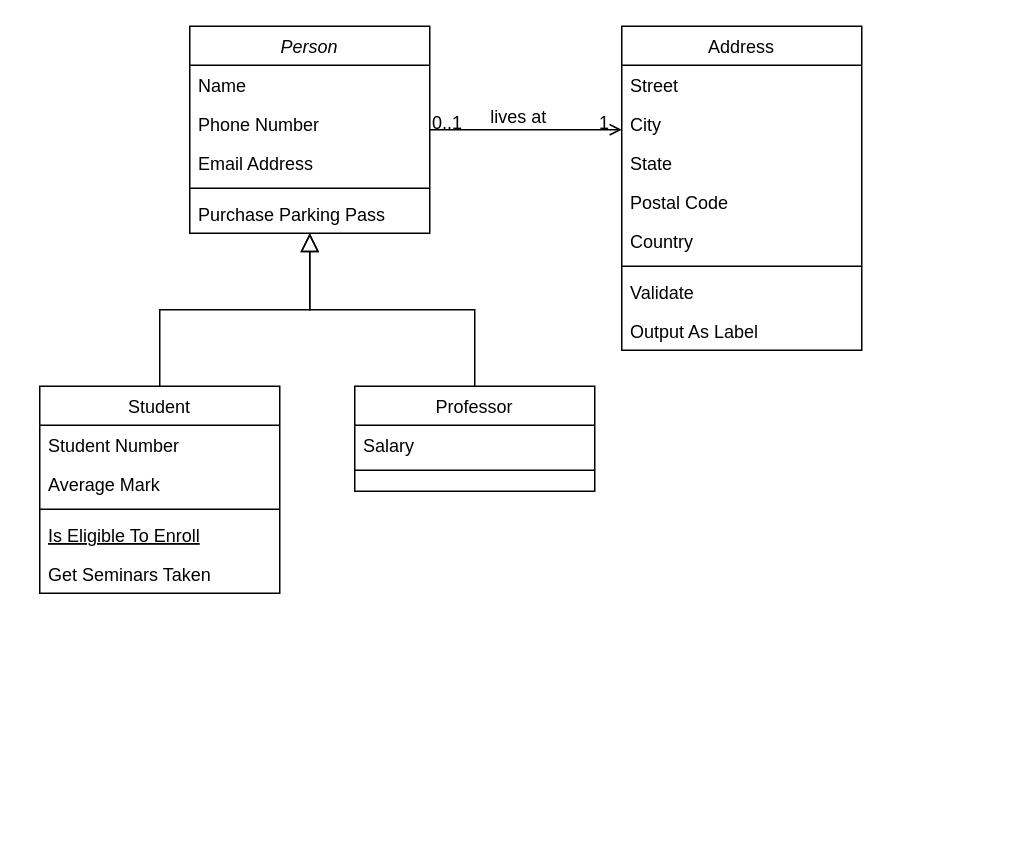
call-me-Neuro/adventure_island keeps this draw.io diagram as Диаграмма без названия.drawio. Above is the earlier version. Source tidied: cells renumbered, new cells numbered last; positions are measured from the earlier drawing's top-left corner, leaving out a move shared by most shapes. Both pictures are drawn from the tidied source at 150%, with x=0, y=0 at pixel (39, 26).
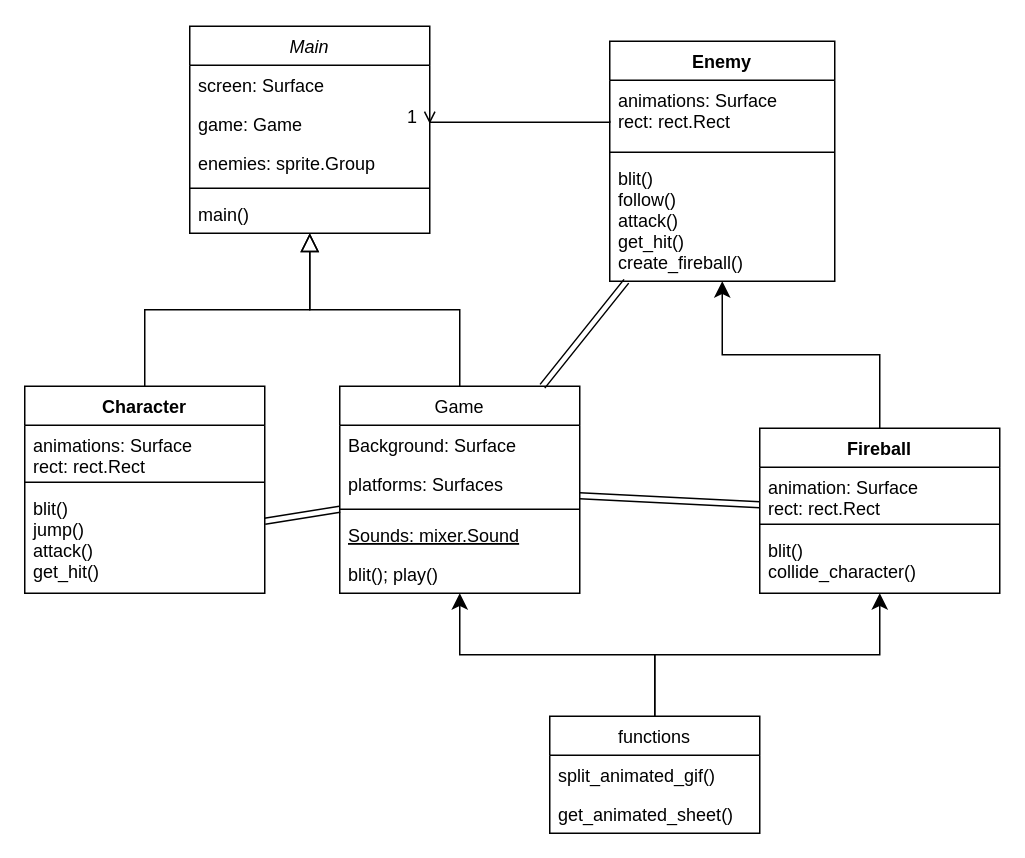
The same diagram, later.

What changed in the source:
```diff
@@
-    <mxCell id="2" value="Person" style="swimlane;fontStyle=2;align=center;verticalAlign=top;horizontal=1;startSize=26;rounded=0;shadow=0;strokeWidth=1;" parent="1" vertex="1">
+    <mxCell id="2" value="Main" style="swimlane;fontStyle=2;align=center;verticalAlign=top;horizontal=1;startSize=26;rounded=0;shadow=0;strokeWidth=1;" parent="1" vertex="1">
       <mxGeometry x="100" width="160" height="138" as="geometry" />
     </mxCell>
-    <mxCell id="3" value="Name" style="text;align=left;verticalAlign=top;spacingLeft=4;spacingRight=4;overflow=hidden;" parent="2" vertex="1">
+    <mxCell id="3" value="screen: Surface" style="text;align=left;verticalAlign=top;spacingLeft=4;spacingRight=4;overflow=hidden;" parent="2" vertex="1">
       <mxGeometry y="26" width="160" height="26" as="geometry" />
     </mxCell>
-    <mxCell id="4" value="Phone Number" style="text;align=left;verticalAlign=top;spacingLeft=4;spacingRight=4;overflow=hidden;points=[[0,0.5],[1,0.5]];portConstraint=eastwest;rounded=0;shadow=0;html=0;" parent="2" vertex="1">
+    <mxCell id="4" value="game: Game" style="text;align=left;verticalAlign=top;spacingLeft=4;spacingRight=4;overflow=hidden;points=[[0,0.5],[1,0.5]];portConstraint=eastwest;rounded=0;shadow=0;html=0;" parent="2" vertex="1">
       <mxGeometry y="52" width="160" height="26" as="geometry" />
     </mxCell>
-    <mxCell id="5" value="Email Address" style="text;align=left;verticalAlign=top;spacingLeft=4;spacingRight=4;overflow=hidden;rounded=0;shadow=0;html=0;" parent="2" vertex="1">
+    <mxCell id="5" value="enemies: sprite.Group" style="text;align=left;verticalAlign=top;spacingLeft=4;spacingRight=4;overflow=hidden;rounded=0;shadow=0;html=0;" parent="2" vertex="1">
       <mxGeometry y="78" width="160" height="26" as="geometry" />
     </mxCell>
@@
-    <mxCell id="7" value="Purchase Parking Pass" style="text;align=left;verticalAlign=top;spacingLeft=4;spacingRight=4;overflow=hidden;" parent="2" vertex="1">
+    <mxCell id="7" value="main()" style="text;align=left;verticalAlign=top;spacingLeft=4;spacingRight=4;overflow=hidden;" parent="2" vertex="1">
       <mxGeometry y="112" width="160" height="26" as="geometry" />
     </mxCell>
-    <mxCell id="8" value="Student" style="swimlane;fontStyle=0;align=center;verticalAlign=top;horizontal=1;startSize=26;rounded=0;shadow=0;strokeWidth=1;" parent="1" vertex="1">
-      <mxGeometry y="240" width="160" height="138" as="geometry" />
+    <mxCell id="8" value="Game" style="swimlane;fontStyle=0;align=center;verticalAlign=top;horizontal=1;startSize=26;rounded=0;shadow=0;strokeWidth=1;" parent="1" vertex="1">
+      <mxGeometry x="200" y="240" width="160" height="138" as="geometry" />
     </mxCell>
-    <mxCell id="9" value="Student Number" style="text;align=left;verticalAlign=top;spacingLeft=4;spacingRight=4;overflow=hidden;" parent="8" vertex="1">
+    <mxCell id="9" value="Background: Surface" style="text;align=left;verticalAlign=top;spacingLeft=4;spacingRight=4;overflow=hidden;" parent="8" vertex="1">
       <mxGeometry y="26" width="160" height="26" as="geometry" />
     </mxCell>
-    <mxCell id="10" value="Average Mark" style="text;align=left;verticalAlign=top;spacingLeft=4;spacingRight=4;overflow=hidden;rounded=0;shadow=0;html=0;" parent="8" vertex="1">
+    <mxCell id="10" value="platforms: Surfaces" style="text;align=left;verticalAlign=top;spacingLeft=4;spacingRight=4;overflow=hidden;rounded=0;shadow=0;html=0;" parent="8" vertex="1">
       <mxGeometry y="52" width="160" height="26" as="geometry" />
     </mxCell>
@@
-    <mxCell id="12" value="Is Eligible To Enroll" style="text;align=left;verticalAlign=top;spacingLeft=4;spacingRight=4;overflow=hidden;fontStyle=4;" parent="8" vertex="1">
+    <mxCell id="12" value="Sounds: mixer.Sound" style="text;align=left;verticalAlign=top;spacingLeft=4;spacingRight=4;overflow=hidden;fontStyle=4;" parent="8" vertex="1">
       <mxGeometry y="86" width="160" height="26" as="geometry" />
     </mxCell>
-    <mxCell id="13" value="Get Seminars Taken" style="text;align=left;verticalAlign=top;spacingLeft=4;spacingRight=4;overflow=hidden;points=[[0,0.5],[1,0.5]];portConstraint=eastwest;" parent="8" vertex="1">
+    <mxCell id="13" value="blit(); play()" style="text;align=left;verticalAlign=top;spacingLeft=4;spacingRight=4;overflow=hidden;points=[[0,0.5],[1,0.5]];portConstraint=eastwest;" parent="8" vertex="1">
       <mxGeometry y="112" width="160" height="26" as="geometry" />
     </mxCell>
@@
-    <mxCell id="15" value="Professor" style="swimlane;fontStyle=0;align=center;verticalAlign=top;horizontal=1;startSize=26;rounded=0;shadow=0;strokeWidth=1;" parent="1" vertex="1">
-      <mxGeometry x="210" y="240" width="160" height="70" as="geometry" />
-    </mxCell>
-    <mxCell id="16" value="Salary" style="text;align=left;verticalAlign=top;spacingLeft=4;spacingRight=4;overflow=hidden;" parent="15" vertex="1">
-      <mxGeometry y="26" width="160" height="26" as="geometry" />
-    </mxCell>
-    <mxCell id="17" style="line;html=1;strokeWidth=1;align=left;verticalAlign=middle;spacingTop=-1;spacingLeft=3;spacingRight=3;labelPosition=right;" parent="15" vertex="1">
-      <mxGeometry y="52" width="160" height="8" as="geometry" />
-    </mxCell>
-    <mxCell id="18" style="endArrow=block;endSize=10;endFill=0;shadow=0;strokeWidth=1;rounded=0;edgeStyle=elbowEdgeStyle;elbow=vertical;" parent="1" edge="1" source="15" target="2">
+    <mxCell id="18" style="endArrow=block;endSize=10;endFill=0;shadow=0;strokeWidth=1;rounded=0;edgeStyle=elbowEdgeStyle;elbow=vertical;exitX=0.5;exitY=0;exitDx=0;exitDy=0;" parent="1" edge="1" source="32" target="2">
       <mxGeometry relative="1" as="geometry" />
     </mxCell>
-    <mxCell id="19" value="Address" style="swimlane;fontStyle=0;align=center;verticalAlign=top;horizontal=1;startSize=26;rounded=0;shadow=0;strokeWidth=1;" parent="1" vertex="1">
-      <mxGeometry x="388" width="160" height="216" as="geometry" />
-    </mxCell>
-    <mxCell id="20" value="Street" style="text;align=left;verticalAlign=top;spacingLeft=4;spacingRight=4;overflow=hidden;" parent="19" vertex="1">
-      <mxGeometry y="26" width="160" height="26" as="geometry" />
-    </mxCell>
-    <mxCell id="21" value="City" style="text;align=left;verticalAlign=top;spacingLeft=4;spacingRight=4;overflow=hidden;rounded=0;shadow=0;html=0;" parent="19" vertex="1">
-      <mxGeometry y="52" width="160" height="26" as="geometry" />
-    </mxCell>
-    <mxCell id="22" value="State" style="text;align=left;verticalAlign=top;spacingLeft=4;spacingRight=4;overflow=hidden;rounded=0;shadow=0;html=0;" parent="19" vertex="1">
-      <mxGeometry y="78" width="160" height="26" as="geometry" />
-    </mxCell>
-    <mxCell id="23" value="Postal Code" style="text;align=left;verticalAlign=top;spacingLeft=4;spacingRight=4;overflow=hidden;rounded=0;shadow=0;html=0;" parent="19" vertex="1">
-      <mxGeometry y="104" width="160" height="26" as="geometry" />
-    </mxCell>
-    <mxCell id="24" value="Country" style="text;align=left;verticalAlign=top;spacingLeft=4;spacingRight=4;overflow=hidden;rounded=0;shadow=0;html=0;" parent="19" vertex="1">
-      <mxGeometry y="130" width="160" height="26" as="geometry" />
-    </mxCell>
-    <mxCell id="25" style="line;html=1;strokeWidth=1;align=left;verticalAlign=middle;spacingTop=-1;spacingLeft=3;spacingRight=3;labelPosition=right;" parent="19" vertex="1">
-      <mxGeometry y="156" width="160" height="8" as="geometry" />
-    </mxCell>
-    <mxCell id="26" value="Validate" style="text;align=left;verticalAlign=top;spacingLeft=4;spacingRight=4;overflow=hidden;" parent="19" vertex="1">
-      <mxGeometry y="164" width="160" height="26" as="geometry" />
-    </mxCell>
-    <mxCell id="27" value="Output As Label" style="text;align=left;verticalAlign=top;spacingLeft=4;spacingRight=4;overflow=hidden;" parent="19" vertex="1">
-      <mxGeometry y="190" width="160" height="26" as="geometry" />
-    </mxCell>
-    <mxCell id="28" style="endArrow=open;shadow=0;strokeWidth=1;rounded=0;endFill=1;edgeStyle=elbowEdgeStyle;elbow=vertical;" parent="1" edge="1" source="2" target="19">
+    <mxCell id="28" style="endArrow=open;shadow=0;strokeWidth=1;rounded=0;endFill=1;edgeStyle=elbowEdgeStyle;elbow=vertical;entryX=1;entryY=0.5;entryDx=0;entryDy=0;" parent="1" edge="1" target="4">
       <mxGeometry x="0.5" y="41" relative="1" as="geometry">
+        <mxPoint x="380" y="63" as="sourcePoint" />
         <mxPoint x="-40" y="32" as="offset" />
       </mxGeometry>
     </mxCell>
-    <mxCell id="29" value="0..1" style="align=left;verticalAlign=bottom;labelBackgroundColor=none;fontSize=12;" parent="28" vertex="1">
-      <mxGeometry x="-1" relative="1" as="geometry">
-        <mxPoint y="4" as="offset" />
-      </mxGeometry>
-    </mxCell>
@@
-    <mxCell id="31" value="lives at" style="text;html=1;align=center;verticalAlign=middle;labelBackgroundColor=none;rounded=0;shadow=0;strokeWidth=1;fontSize=12;" parent="28" vertex="1">
-      <mxGeometry x="0.5" y="49" relative="1" as="geometry">
-        <mxPoint x="-38" y="40" as="offset" />
-      </mxGeometry>
-    </mxCell>
+    <mxCell id="32" value="Character" style="swimlane;fontStyle=1;align=center;verticalAlign=top;horizontal=1;startSize=26;" parent="1" vertex="1">
+      <mxGeometry x="-10" y="240" width="160" height="138" as="geometry" />
+    </mxCell>
+    <mxCell id="33" value="animations: Surface&#10;rect: rect.Rect" style="text;strokeColor=none;fillColor=none;align=left;verticalAlign=top;spacingLeft=4;spacingRight=4;overflow=hidden;" parent="32" vertex="1">
+      <mxGeometry y="26" width="160" height="34" as="geometry" />
+    </mxCell>
+    <mxCell id="34" style="line;strokeWidth=1;fillColor=none;align=left;verticalAlign=middle;spacingTop=-1;spacingLeft=3;spacingRight=3;labelPosition=right;strokeColor=inherit;" parent="32" vertex="1">
+      <mxGeometry y="60" width="160" height="8" as="geometry" />
+    </mxCell>
+    <mxCell id="35" value="blit()&#10;jump()&#10;attack()&#10;get_hit()" style="text;strokeColor=none;fillColor=none;align=left;verticalAlign=top;spacingLeft=4;spacingRight=4;overflow=hidden;points=[[0,0.5],[1,0.5]];portConstraint=eastwest;" parent="32" vertex="1">
+      <mxGeometry y="68" width="160" height="70" as="geometry" />
+    </mxCell>
+    <mxCell id="36" value="Enemy" style="swimlane;fontStyle=1;align=center;verticalAlign=top;horizontal=1;startSize=26;" parent="1" vertex="1">
+      <mxGeometry x="380" y="10" width="150" height="160" as="geometry" />
+    </mxCell>
+    <mxCell id="37" value="animations: Surface&#10;rect: rect.Rect" style="text;strokeColor=none;fillColor=none;align=left;verticalAlign=top;spacingLeft=4;spacingRight=4;overflow=hidden;" parent="36" vertex="1">
+      <mxGeometry y="26" width="150" height="44" as="geometry" />
+    </mxCell>
+    <mxCell id="38" style="line;strokeWidth=1;fillColor=none;align=left;verticalAlign=middle;spacingTop=-1;spacingLeft=3;spacingRight=3;labelPosition=right;strokeColor=inherit;" parent="36" vertex="1">
+      <mxGeometry y="70" width="150" height="8" as="geometry" />
+    </mxCell>
+    <mxCell id="39" value="blit()&#10;follow()&#10;attack()&#10;get_hit()&#10;create_fireball()" style="text;strokeColor=none;fillColor=none;align=left;verticalAlign=top;spacingLeft=4;spacingRight=4;overflow=hidden;points=[[0,0.5],[1,0.5]];portConstraint=eastwest;" parent="36" vertex="1">
+      <mxGeometry y="78" width="150" height="82" as="geometry" />
+    </mxCell>
+    <mxCell id="40" value="Fireball" style="swimlane;fontStyle=1;align=center;verticalAlign=top;horizontal=1;startSize=26;" parent="1" vertex="1">
+      <mxGeometry x="480" y="268" width="160" height="110" as="geometry" />
+    </mxCell>
+    <mxCell id="41" value="animation: Surface&#10;rect: rect.Rect" style="text;strokeColor=none;fillColor=none;align=left;verticalAlign=top;spacingLeft=4;spacingRight=4;overflow=hidden;" parent="40" vertex="1">
+      <mxGeometry y="26" width="160" height="34" as="geometry" />
+    </mxCell>
+    <mxCell id="42" style="line;strokeWidth=1;fillColor=none;align=left;verticalAlign=middle;spacingTop=-1;spacingLeft=3;spacingRight=3;labelPosition=right;strokeColor=inherit;" parent="40" vertex="1">
+      <mxGeometry y="60" width="160" height="8" as="geometry" />
+    </mxCell>
+    <mxCell id="43" value="blit()&#10;collide_character()" style="text;strokeColor=none;fillColor=none;align=left;verticalAlign=top;spacingLeft=4;spacingRight=4;overflow=hidden;points=[[0,0.5],[1,0.5]];portConstraint=eastwest;" parent="40" vertex="1">
+      <mxGeometry y="68" width="160" height="42" as="geometry" />
+    </mxCell>
+    <mxCell id="44" style="edgeStyle=elbowEdgeStyle;elbow=vertical;endArrow=classic;html=1;curved=0;rounded=0;endSize=8;startSize=8;exitX=0.5;exitY=0;exitDx=0;exitDy=0;" parent="1" edge="1" source="40" target="39">
+      <mxGeometry relative="1" as="geometry" />
+    </mxCell>
+    <mxCell id="45" value="functions" style="swimlane;fontStyle=0;horizontal=1;startSize=26;fillColor=none;" parent="1" vertex="1">
+      <mxGeometry x="340" y="460" width="140" height="78" as="geometry" />
+    </mxCell>
+    <mxCell id="46" value="split_animated_gif()" style="text;strokeColor=none;fillColor=none;align=left;verticalAlign=top;spacingLeft=4;spacingRight=4;overflow=hidden;" parent="45" vertex="1">
+      <mxGeometry y="26" width="140" height="26" as="geometry" />
+    </mxCell>
+    <mxCell id="47" value="get_animated_sheet()" style="text;strokeColor=none;fillColor=none;align=left;verticalAlign=top;spacingLeft=4;spacingRight=4;overflow=hidden;" parent="45" vertex="1">
+      <mxGeometry y="52" width="140" height="26" as="geometry" />
+    </mxCell>
+    <mxCell id="48" style="edgeStyle=elbowEdgeStyle;elbow=vertical;endArrow=classic;html=1;curved=0;rounded=0;endSize=8;startSize=8;exitX=0.5;exitY=0;exitDx=0;exitDy=0;" parent="1" edge="1" source="45" target="13">
+      <mxGeometry relative="1" as="geometry" />
+    </mxCell>
+    <mxCell id="49" style="edgeStyle=elbowEdgeStyle;elbow=vertical;endArrow=classic;html=1;curved=0;rounded=0;endSize=8;startSize=8;entryX=0.5;entryY=1;entryDx=0;entryDy=0;entryPerimeter=0;" parent="1" edge="1" source="45" target="43">
+      <mxGeometry relative="1" as="geometry" />
+    </mxCell>
+    <mxCell id="50" style="shape=link;html=1;rounded=0;" parent="1" edge="1" source="35" target="8">
+      <mxGeometry relative="1" as="geometry" />
+    </mxCell>
+    <mxCell id="51" style="shape=link;html=1;rounded=0;" parent="1" edge="1" source="8" target="36">
+      <mxGeometry relative="1" as="geometry" />
+    </mxCell>
+    <mxCell id="52" style="shape=link;html=1;rounded=0;" parent="1" edge="1" source="8" target="40">
+      <mxGeometry relative="1" as="geometry" />
+    </mxCell>
```
